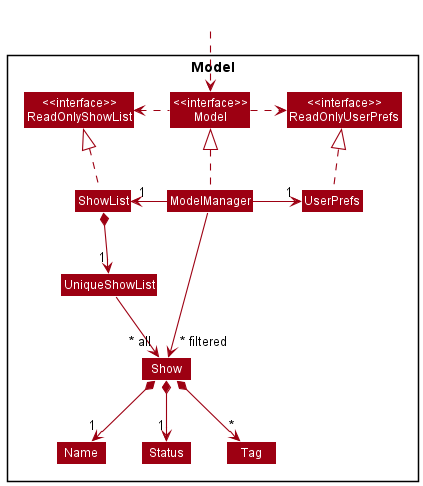
This is docs/images/ModelClassDiagram.png from nus-cs2103-AY2122S2/tp, a PlantUML export, as it was before one commit.
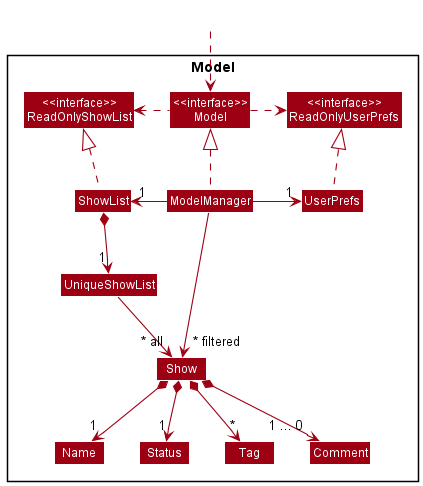
The same file after the commit.

Commit message:
Update Developer Guide

Update developer guide ModelClassDiagram to include Comment Class within
Show Class.

Change to the diagram source:
```diff
@@ -17,6 +17,7 @@
 Class Status
 Class Name
 Class Tag
+Class Comment
 
 }
 
@@ -36,6 +37,7 @@
 UniqueShowList --> "~* all" Show
 Show *--> "1" Name
 Show *--> "1" Status
+Show *--> "1 ... 0" Comment
 Show *--> "*" Tag
 
 Name -[hidden]right-> Status
```
